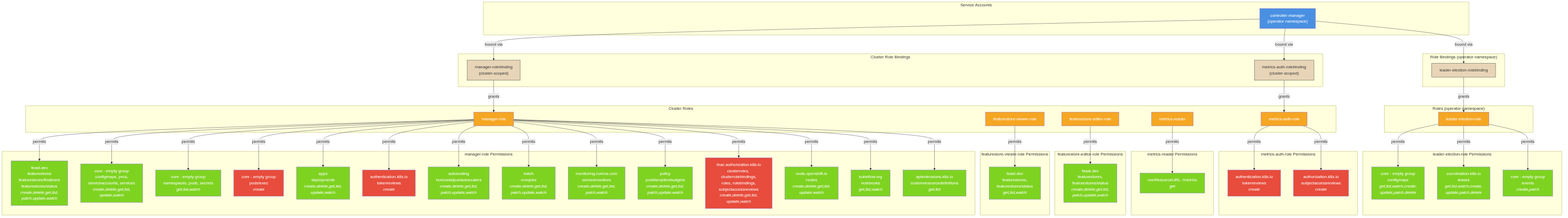
rhuss/architecture-context keeps this Mermaid diagram as architecture/rhoai.next/diagrams/feast-rbac.png. Above is the earlier version. Its source is kept beside it as architecture/rhoai.next/diagrams/feast-rbac.mmd.
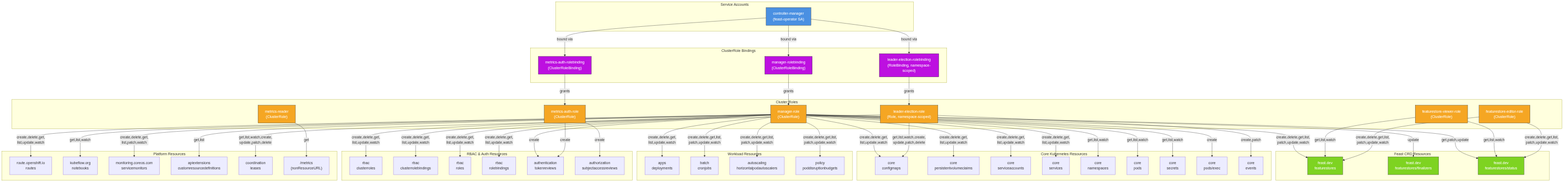
The same file after the commit.

The edit, as a diff of the source:
```diff
@@ -1,132 +1,124 @@
 graph TD
-    subgraph ServiceAccounts["Service Accounts"]
-        SA_CM["controller-manager<br/>(operator namespace)"]
+    subgraph "Service Accounts"
+        SA["controller-manager<br/>(feast-operator SA)"]
     end
 
-    subgraph ClusterRoleBindings["Cluster Role Bindings"]
-        CRB_Manager["manager-rolebinding<br/>(cluster-scoped)"]
-        CRB_Metrics["metrics-auth-rolebinding<br/>(cluster-scoped)"]
+    subgraph "ClusterRole Bindings"
+        CRB_Manager["manager-rolebinding<br/>(ClusterRoleBinding)"]
+        CRB_Metrics["metrics-auth-rolebinding<br/>(ClusterRoleBinding)"]
+        RB_Leader["leader-election-rolebinding<br/>(RoleBinding, namespace-scoped)"]
     end
 
-    subgraph RoleBindings["Role Bindings (operator namespace)"]
-        RB_Leader["leader-election-rolebinding"]
+    subgraph "Cluster Roles"
+        CR_Manager["manager-role<br/>(ClusterRole)"]
+        CR_Viewer["featurestore-viewer-role<br/>(ClusterRole)"]
+        CR_Editor["featurestore-editor-role<br/>(ClusterRole)"]
+        CR_MetricsReader["metrics-reader<br/>(ClusterRole)"]
+        CR_MetricsAuth["metrics-auth-role<br/>(ClusterRole)"]
+        R_Leader["leader-election-role<br/>(Role, namespace-scoped)"]
     end
 
-    subgraph ClusterRoles["Cluster Roles"]
-        CR_Manager["manager-role"]
-        CR_Viewer["featurestore-viewer-role"]
-        CR_Editor["featurestore-editor-role"]
-        CR_MetricsReader["metrics-reader"]
-        CR_MetricsAuth["metrics-auth-role"]
+    subgraph "Feast CRD Resources"
+        FeatureStore["feast.dev<br/>featurestores"]
+        FeatureStoreFin["feast.dev<br/>featurestores/finalizers"]
+        FeatureStoreSts["feast.dev<br/>featurestores/status"]
     end
 
-    subgraph Roles["Roles (operator namespace)"]
-        R_Leader["leader-election-role"]
+    subgraph "Core Kubernetes Resources"
+        ConfigMaps["core<br/>configmaps"]
+        PVCs["core<br/>persistentvolumeclaims"]
+        ServiceAccounts["core<br/>serviceaccounts"]
+        Services["core<br/>services"]
+        Namespaces["core<br/>namespaces"]
+        Pods["core<br/>pods"]
+        Secrets["core<br/>secrets"]
+        PodsExec["core<br/>pods/exec"]
+        Events["core<br/>events"]
     end
 
-    subgraph ManagerResources["manager-role Permissions"]
-        direction TB
-        FeastCRD["feast.dev<br/>featurestores<br/>featurestores/finalizers<br/>featurestores/status<br/><i>create,delete,get,list,<br/>patch,update,watch</i>"]
-        CoreRW["core - empty group<br/>configmaps, pvcs,<br/>serviceaccounts, services<br/><i>create,delete,get,list,<br/>update,watch</i>"]
-        CoreRO["core - empty group<br/>namespaces, pods, secrets<br/><i>get,list,watch</i>"]
-        CoreExec["core - empty group<br/>pods/exec<br/><i>create</i>"]
-        AppsRes["apps<br/>deployments<br/><i>create,delete,get,list,<br/>update,watch</i>"]
-        AuthRes["authentication.k8s.io<br/>tokenreviews<br/><i>create</i>"]
-        AutoscaleRes["autoscaling<br/>horizontalpodautoscalers<br/><i>create,delete,get,list,<br/>patch,update,watch</i>"]
-        BatchRes["batch<br/>cronjobs<br/><i>create,delete,get,list,<br/>patch,update,watch</i>"]
-        MonitorRes["monitoring.coreos.com<br/>servicemonitors<br/><i>create,delete,get,list,<br/>patch,watch</i>"]
-        PolicyRes["policy<br/>poddisruptionbudgets<br/><i>create,delete,get,list,<br/>patch,update,watch</i>"]
-        RBACRes["rbac.authorization.k8s.io<br/>clusterroles, clusterrolebindings,<br/>roles, rolebindings,<br/>subjectaccessreviews<br/><i>create,delete,get,list,<br/>update,watch</i>"]
-        RouteRes["route.openshift.io<br/>routes<br/><i>create,delete,get,list,<br/>update,watch</i>"]
-        KubeflowRes["kubeflow.org<br/>notebooks<br/><i>get,list,watch</i>"]
-        APIExtRes["apiextensions.k8s.io<br/>customresourcedefinitions<br/><i>get,list</i>"]
+    subgraph "Workload Resources"
+        Deployments["apps<br/>deployments"]
+        CronJobs["batch<br/>cronjobs"]
+        HPAs["autoscaling<br/>horizontalpodautoscalers"]
+        PDBs["policy<br/>poddisruptionbudgets"]
     end
 
-    subgraph ViewerResources["featurestore-viewer-role Permissions"]
-        ViewerFeast["feast.dev<br/>featurestores,<br/>featurestores/status<br/><i>get,list,watch</i>"]
+    subgraph "RBAC & Auth Resources"
+        ClusterRoles["rbac<br/>clusterroles"]
+        ClusterRoleBindings["rbac<br/>clusterrolebindings"]
+        Roles["rbac<br/>roles"]
+        RoleBindings["rbac<br/>rolebindings"]
+        TokenReviews["authentication<br/>tokenreviews"]
+        SAR["authorization<br/>subjectaccessreviews"]
     end
 
-    subgraph EditorResources["featurestore-editor-role Permissions"]
-        EditorFeast["feast.dev<br/>featurestores,<br/>featurestores/status<br/><i>create,delete,get,list,<br/>patch,update,watch</i>"]
+    subgraph "Platform Resources"
+        Routes["route.openshift.io<br/>routes"]
+        Notebooks["kubeflow.org<br/>notebooks"]
+        ServiceMonitors["monitoring.coreos.com<br/>servicemonitors"]
+        CRDs["apiextensions<br/>customresourcedefinitions"]
+        Leases["coordination<br/>leases"]
+        Metrics["/metrics<br/>(nonResourceURL)"]
     end
 
-    subgraph LeaderResources["leader-election-role Permissions"]
-        LeaderCM["core - empty group<br/>configmaps<br/><i>get,list,watch,create,<br/>update,patch,delete</i>"]
-        LeaderLease["coordination.k8s.io<br/>leases<br/><i>get,list,watch,create,<br/>update,patch,delete</i>"]
-        LeaderEvents["core - empty group<br/>events<br/><i>create,patch</i>"]
-    end
+    SA -->|bound via| CRB_Manager
+    SA -->|bound via| CRB_Metrics
+    SA -->|bound via| RB_Leader
 
-    subgraph MetricsResources["metrics-auth-role Permissions"]
-        MetricsTokenReview["authentication.k8s.io<br/>tokenreviews<br/><i>create</i>"]
-        MetricsSAR["authorization.k8s.io<br/>subjectaccessreviews<br/><i>create</i>"]
-    end
+    CRB_Manager -->|grants| CR_Manager
+    CRB_Metrics -->|grants| CR_MetricsAuth
+    RB_Leader -->|grants| R_Leader
 
-    subgraph MetricsReaderResources["metrics-reader Permissions"]
-        MetricsURL["nonResourceURL: /metrics<br/><i>get</i>"]
-    end
+    CR_Manager -->|"create,delete,get,list,<br/>patch,update,watch"| FeatureStore
+    CR_Manager -->|"update"| FeatureStoreFin
+    CR_Manager -->|"get,patch,update"| FeatureStoreSts
+    CR_Manager -->|"create,delete,get,<br/>list,update,watch"| ConfigMaps
+    CR_Manager -->|"create,delete,get,<br/>list,update,watch"| PVCs
+    CR_Manager -->|"create,delete,get,<br/>list,update,watch"| ServiceAccounts
+    CR_Manager -->|"create,delete,get,<br/>list,update,watch"| Services
+    CR_Manager -->|"get,list,watch"| Namespaces
+    CR_Manager -->|"get,list,watch"| Pods
+    CR_Manager -->|"get,list,watch"| Secrets
+    CR_Manager -->|"create"| PodsExec
+    CR_Manager -->|"create,delete,get,<br/>list,update,watch"| Deployments
+    CR_Manager -->|"create,delete,get,list,<br/>patch,update,watch"| CronJobs
+    CR_Manager -->|"create,delete,get,list,<br/>patch,update,watch"| HPAs
+    CR_Manager -->|"create,delete,get,list,<br/>patch,update,watch"| PDBs
+    CR_Manager -->|"create,delete,get,<br/>list,update,watch"| ClusterRoles
+    CR_Manager -->|"create,delete,get,<br/>list,update,watch"| ClusterRoleBindings
+    CR_Manager -->|"create,delete,get,<br/>list,update,watch"| Roles
+    CR_Manager -->|"create,delete,get,<br/>list,update,watch"| RoleBindings
+    CR_Manager -->|"create"| TokenReviews
+    CR_Manager -->|"create,delete,get,<br/>list,update,watch"| Routes
+    CR_Manager -->|"get,list,watch"| Notebooks
+    CR_Manager -->|"create,delete,get,<br/>list,patch,watch"| ServiceMonitors
+    CR_Manager -->|"get,list"| CRDs
 
-    SA_CM -->|"bound via"| CRB_Manager
-    SA_CM -->|"bound via"| CRB_Metrics
-    SA_CM -->|"bound via"| RB_Leader
+    CR_Viewer -->|"get,list,watch"| FeatureStore
+    CR_Viewer -->|"get,list,watch"| FeatureStoreSts
 
-    CRB_Manager -->|"grants"| CR_Manager
-    CRB_Metrics -->|"grants"| CR_MetricsAuth
-    RB_Leader -->|"grants"| R_Leader
+    CR_Editor -->|"create,delete,get,list,<br/>patch,update,watch"| FeatureStore
+    CR_Editor -->|"create,delete,get,list,<br/>patch,update,watch"| FeatureStoreSts
 
-    CR_Manager -->|"permits"| FeastCRD
-    CR_Manager -->|"permits"| CoreRW
-    CR_Manager -->|"permits"| CoreRO
-    CR_Manager -->|"permits"| CoreExec
-    CR_Manager -->|"permits"| AppsRes
-    CR_Manager -->|"permits"| AuthRes
-    CR_Manager -->|"permits"| AutoscaleRes
-    CR_Manager -->|"permits"| BatchRes
-    CR_Manager -->|"permits"| MonitorRes
-    CR_Manager -->|"permits"| PolicyRes
-    CR_Manager -->|"permits"| RBACRes
-    CR_Manager -->|"permits"| RouteRes
-    CR_Manager -->|"permits"| KubeflowRes
-    CR_Manager -->|"permits"| APIExtRes
+    CR_MetricsAuth -->|"create"| TokenReviews
+    CR_MetricsAuth -->|"create"| SAR
 
-    CR_Viewer -->|"permits"| ViewerFeast
-    CR_Editor -->|"permits"| EditorFeast
-    CR_MetricsReader -->|"permits"| MetricsURL
-    CR_MetricsAuth -->|"permits"| MetricsTokenReview
-    CR_MetricsAuth -->|"permits"| MetricsSAR
+    CR_MetricsReader -->|"get"| Metrics
 
-    R_Leader -->|"permits"| LeaderCM
-    R_Leader -->|"permits"| LeaderLease
-    R_Leader -->|"permits"| LeaderEvents
+    R_Leader -->|"get,list,watch,create,<br/>update,patch,delete"| ConfigMaps
+    R_Leader -->|"get,list,watch,create,<br/>update,patch,delete"| Leases
+    R_Leader -->|"create,patch"| Events
 
-    style SA_CM fill:#4a90e2,color:#fff
-    style CRB_Manager fill:#e8d5b7,stroke:#333
-    style CRB_Metrics fill:#e8d5b7,stroke:#333
-    style RB_Leader fill:#e8d5b7,stroke:#333
-    style CR_Manager fill:#f5a623,color:#fff
-    style CR_Viewer fill:#f5a623,color:#fff
-    style CR_Editor fill:#f5a623,color:#fff
-    style CR_MetricsReader fill:#f5a623,color:#fff
-    style CR_MetricsAuth fill:#f5a623,color:#fff
-    style R_Leader fill:#f5a623,color:#fff
-    style FeastCRD fill:#7ed321,color:#fff
-    style CoreRW fill:#7ed321,color:#fff
-    style CoreRO fill:#7ed321,color:#fff
-    style CoreExec fill:#e74c3c,color:#fff
-    style AppsRes fill:#7ed321,color:#fff
-    style AuthRes fill:#e74c3c,color:#fff
-    style AutoscaleRes fill:#7ed321,color:#fff
-    style BatchRes fill:#7ed321,color:#fff
-    style MonitorRes fill:#7ed321,color:#fff
-    style PolicyRes fill:#7ed321,color:#fff
-    style RBACRes fill:#e74c3c,color:#fff
-    style RouteRes fill:#7ed321,color:#fff
-    style KubeflowRes fill:#7ed321,color:#fff
-    style APIExtRes fill:#7ed321,color:#fff
-    style ViewerFeast fill:#7ed321,color:#fff
-    style EditorFeast fill:#7ed321,color:#fff
-    style LeaderCM fill:#7ed321,color:#fff
-    style LeaderLease fill:#7ed321,color:#fff
-    style LeaderEvents fill:#7ed321,color:#fff
-    style MetricsTokenReview fill:#e74c3c,color:#fff
-    style MetricsSAR fill:#e74c3c,color:#fff
-    style MetricsURL fill:#7ed321,color:#fff
+    style SA fill:#4a90e2,stroke:#333,color:#fff
+    style CR_Manager fill:#f5a623,stroke:#333,color:#fff
+    style CR_Viewer fill:#f5a623,stroke:#333,color:#fff
+    style CR_Editor fill:#f5a623,stroke:#333,color:#fff
+    style CR_MetricsReader fill:#f5a623,stroke:#333,color:#fff
+    style CR_MetricsAuth fill:#f5a623,stroke:#333,color:#fff
+    style R_Leader fill:#f5a623,stroke:#333,color:#fff
+    style CRB_Manager fill:#bd10e0,stroke:#333,color:#fff
+    style CRB_Metrics fill:#bd10e0,stroke:#333,color:#fff
+    style RB_Leader fill:#bd10e0,stroke:#333,color:#fff
+    style FeatureStore fill:#7ed321,stroke:#333,color:#fff
+    style FeatureStoreFin fill:#7ed321,stroke:#333,color:#fff
+    style FeatureStoreSts fill:#7ed321,stroke:#333,color:#fff
```
